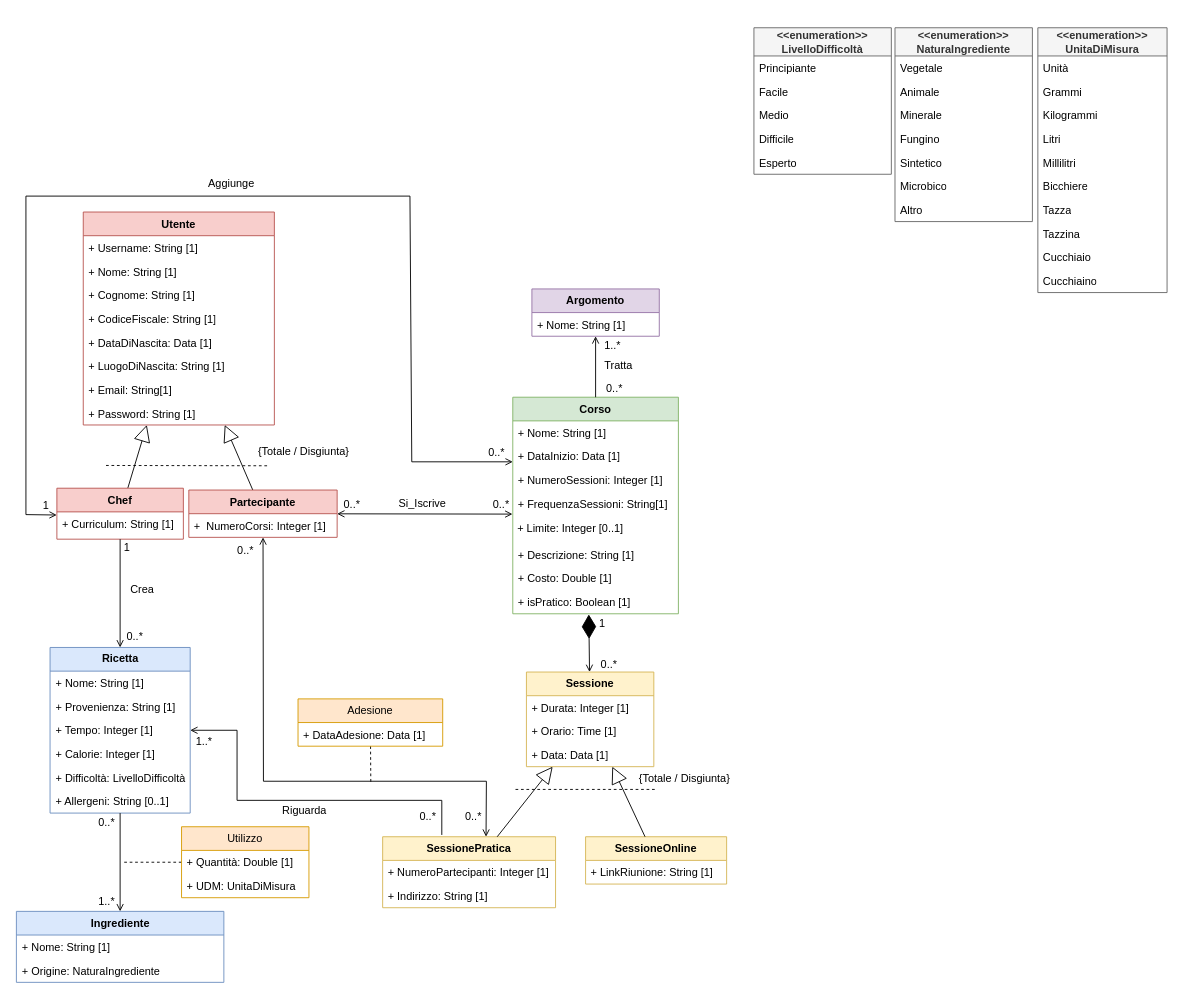
Before: page "Pagina-1" (1 of 2) of Object Orientation/UninaFoodLab_UML.drawio in KiyoWasTakenn/UninaFoodLab, a draw.io diagram. Source tidied: cells renumbered, new cells numbered last; positions are measured from the earlier drawing's top-left corner, leaving out a move shared by most shapes. Both pictures are drawn from the tidied source at 91%, with x=0, y=0 at pixel (15, 27).
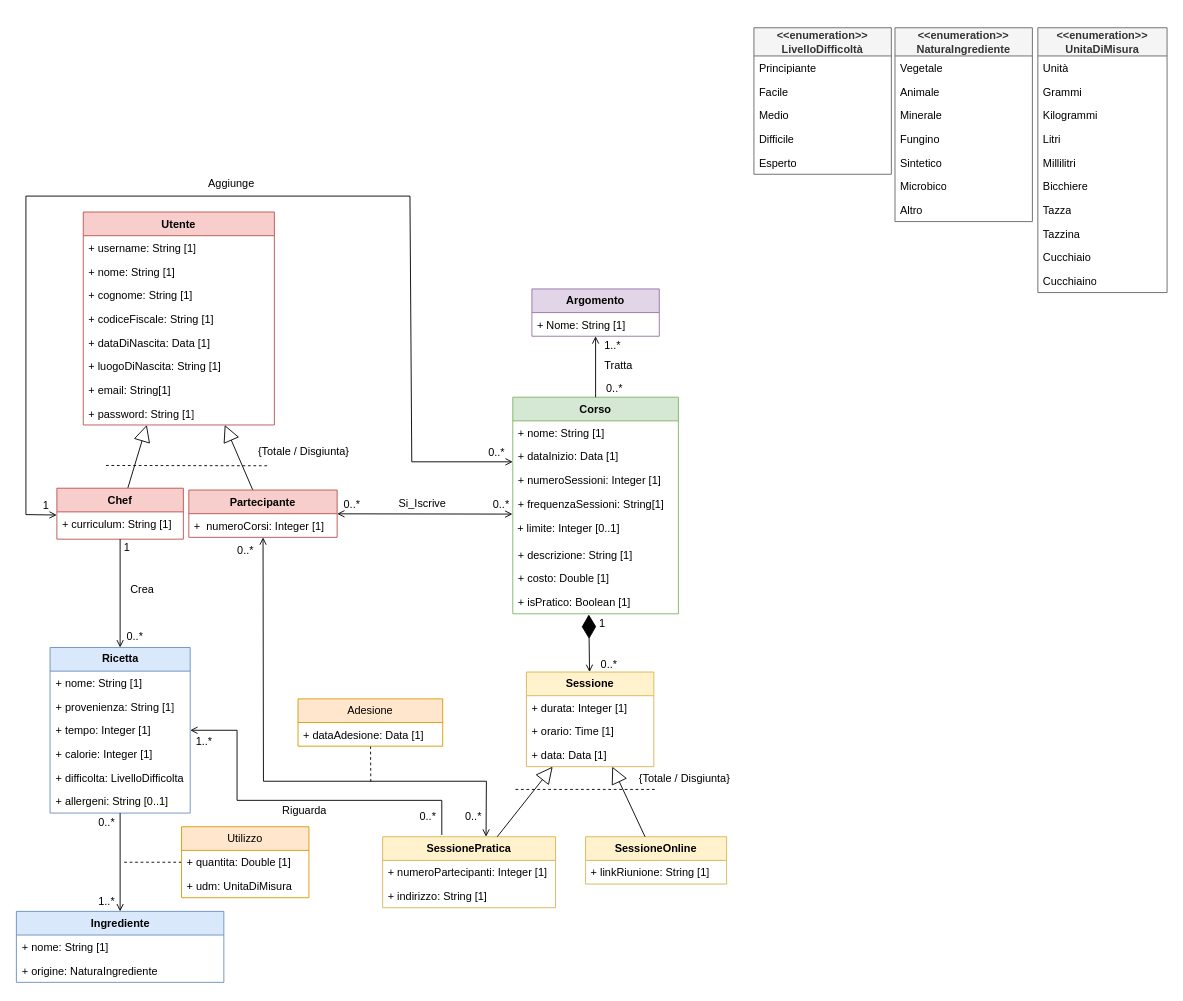
Above is the later version.

Unchanged cells that the change refers to:
```xml
<mxCell id="2" value="Utente" style="swimlane;fontStyle=1;align=center;verticalAlign=top;horizontal=1;startSize=26;whiteSpace=wrap;html=1;fillColor=#f8cecc;strokeColor=#b85450;" parent="1" vertex="1">
  <mxGeometry x="74" y="202.5" width="210" height="234" as="geometry" />
</mxCell>
<mxCell id="11" value="Corso" style="swimlane;fontStyle=1;align=center;verticalAlign=top;horizontal=1;startSize=26;whiteSpace=wrap;html=1;fillColor=#d5e8d4;strokeColor=#82b366;" parent="1" vertex="1">
  <mxGeometry x="546" y="406" width="182" height="238" as="geometry" />
</mxCell>
<mxCell id="22" value="&lt;b&gt;Sessione&lt;/b&gt;" style="swimlane;fontStyle=0;horizontal=1;startSize=26;whiteSpace=wrap;html=1;fillColor=#fff2cc;strokeColor=#d6b656;" parent="1" vertex="1">
  <mxGeometry x="561" y="708" width="140" height="104" as="geometry" />
</mxCell>
<mxCell id="26" value="&lt;b&gt;SessionePratica&lt;/b&gt;" style="swimlane;fontStyle=0;horizontal=1;startSize=26;whiteSpace=wrap;html=1;fillColor=#fff2cc;strokeColor=#d6b656;glass=0;rounded=0;shadow=0;swimlaneLine=1;gradientColor=none;" parent="1" vertex="1">
  <mxGeometry x="403" y="889" width="190" height="78" as="geometry" />
</mxCell>
<mxCell id="29" value="Ingrediente" style="swimlane;fontStyle=1;align=center;verticalAlign=top;horizontal=1;startSize=26;whiteSpace=wrap;html=1;fillColor=#dae8fc;strokeColor=#6c8ebf;" parent="1" vertex="1">
  <mxGeometry x="0.5" y="971" width="228" height="78" as="geometry" />
</mxCell>
<mxCell id="33" value="&lt;b&gt;Ricetta&lt;/b&gt;" style="swimlane;fontStyle=0;horizontal=1;startSize=26;whiteSpace=wrap;html=1;fillColor=#dae8fc;strokeColor=#6c8ebf;" parent="1" vertex="1">
  <mxGeometry x="37.5" y="681" width="154" height="182" as="geometry" />
</mxCell>
<mxCell id="41" value="Utilizzo" style="swimlane;fontStyle=0;horizontal=1;startSize=26;fillColor=#ffe6cc;whiteSpace=wrap;html=1;strokeColor=#d79b00;" parent="1" vertex="1">
  <mxGeometry x="182" y="878" width="140" height="78" as="geometry" />
</mxCell>
<mxCell id="44" value="&lt;b&gt;SessioneOnline&lt;/b&gt;" style="swimlane;fontStyle=0;horizontal=1;startSize=26;whiteSpace=wrap;html=1;fillColor=#fff2cc;strokeColor=#d6b656;" parent="1" vertex="1">
  <mxGeometry x="626" y="889" width="155" height="52" as="geometry" />
</mxCell>
<mxCell id="50" value="Partecipante" style="swimlane;fontStyle=1;align=center;verticalAlign=top;horizontal=1;startSize=26;whiteSpace=wrap;html=1;fillColor=#f8cecc;strokeColor=#b85450;" parent="1" vertex="1">
  <mxGeometry x="190" y="508" width="163" height="52" as="geometry" />
</mxCell>
<mxCell id="52" value="Chef" style="swimlane;fontStyle=1;align=center;verticalAlign=top;horizontal=1;startSize=26;whiteSpace=wrap;html=1;fillColor=#f8cecc;strokeColor=#b85450;" parent="1" vertex="1">
  <mxGeometry x="45" y="506" width="139" height="56" as="geometry" />
</mxCell>
<mxCell id="55" value="Adesione" style="swimlane;fontStyle=0;horizontal=1;startSize=26;fillColor=#ffe6cc;whiteSpace=wrap;html=1;strokeColor=#d79b00;" parent="1" vertex="1">
  <mxGeometry x="310" y="737.5" width="159" height="52" as="geometry" />
</mxCell>
```

Change to the diagram source:
```diff
@@
-    <mxCell id="3" value="+ Username: String [1]" style="text;strokeColor=none;fillColor=none;align=left;verticalAlign=top;spacingLeft=4;spacingRight=4;overflow=hidden;whiteSpace=wrap;html=1;" parent="2" vertex="1">
+    <mxCell id="3" value="+ username: String [1]" style="text;strokeColor=none;fillColor=none;align=left;verticalAlign=top;spacingLeft=4;spacingRight=4;overflow=hidden;whiteSpace=wrap;html=1;" parent="2" vertex="1">
       <mxGeometry y="26" width="210" height="26" as="geometry" />
     </mxCell>
-    <mxCell id="4" value="+ Nome: String [1]" style="text;strokeColor=none;fillColor=none;align=left;verticalAlign=top;spacingLeft=4;spacingRight=4;overflow=hidden;whiteSpace=wrap;html=1;" parent="2" vertex="1">
+    <mxCell id="4" value="+ nome: String [1]" style="text;strokeColor=none;fillColor=none;align=left;verticalAlign=top;spacingLeft=4;spacingRight=4;overflow=hidden;whiteSpace=wrap;html=1;" parent="2" vertex="1">
       <mxGeometry y="52" width="210" height="26" as="geometry" />
     </mxCell>
-    <mxCell id="5" value="+ Cognome: String [1]" style="text;strokeColor=none;fillColor=none;align=left;verticalAlign=top;spacingLeft=4;spacingRight=4;overflow=hidden;whiteSpace=wrap;html=1;" parent="2" vertex="1">
+    <mxCell id="5" value="+ cognome: String [1]" style="text;strokeColor=none;fillColor=none;align=left;verticalAlign=top;spacingLeft=4;spacingRight=4;overflow=hidden;whiteSpace=wrap;html=1;" parent="2" vertex="1">
       <mxGeometry y="78" width="210" height="26" as="geometry" />
     </mxCell>
-    <mxCell id="6" value="+ CodiceFiscale: String [1]" style="text;strokeColor=none;fillColor=none;align=left;verticalAlign=top;spacingLeft=4;spacingRight=4;overflow=hidden;whiteSpace=wrap;html=1;" parent="2" vertex="1">
+    <mxCell id="6" value="+ codiceFiscale: String [1]" style="text;strokeColor=none;fillColor=none;align=left;verticalAlign=top;spacingLeft=4;spacingRight=4;overflow=hidden;whiteSpace=wrap;html=1;" parent="2" vertex="1">
       <mxGeometry y="104" width="210" height="26" as="geometry" />
     </mxCell>
-    <mxCell id="7" value="+ DataDiNascita: Data [1]" style="text;strokeColor=none;fillColor=none;align=left;verticalAlign=top;spacingLeft=4;spacingRight=4;overflow=hidden;whiteSpace=wrap;html=1;" parent="2" vertex="1">
+    <mxCell id="7" value="+ dataDiNascita: Data [1]" style="text;strokeColor=none;fillColor=none;align=left;verticalAlign=top;spacingLeft=4;spacingRight=4;overflow=hidden;whiteSpace=wrap;html=1;" parent="2" vertex="1">
       <mxGeometry y="130" width="210" height="26" as="geometry" />
     </mxCell>
-    <mxCell id="8" value="+ LuogoDiNascita: String [1]" style="text;strokeColor=none;fillColor=none;align=left;verticalAlign=top;spacingLeft=4;spacingRight=4;overflow=hidden;whiteSpace=wrap;html=1;" parent="2" vertex="1">
+    <mxCell id="8" value="+ luogoDiNascita: String [1]" style="text;strokeColor=none;fillColor=none;align=left;verticalAlign=top;spacingLeft=4;spacingRight=4;overflow=hidden;whiteSpace=wrap;html=1;" parent="2" vertex="1">
       <mxGeometry y="156" width="210" height="26" as="geometry" />
     </mxCell>
-    <mxCell id="9" value="+ Email: String[1]" style="text;strokeColor=none;fillColor=none;align=left;verticalAlign=top;spacingLeft=4;spacingRight=4;overflow=hidden;whiteSpace=wrap;html=1;" parent="2" vertex="1">
+    <mxCell id="9" value="+ email: String[1]" style="text;strokeColor=none;fillColor=none;align=left;verticalAlign=top;spacingLeft=4;spacingRight=4;overflow=hidden;whiteSpace=wrap;html=1;" parent="2" vertex="1">
       <mxGeometry y="182" width="210" height="26" as="geometry" />
     </mxCell>
-    <mxCell id="10" value="+ Password: String [1]" style="text;strokeColor=none;fillColor=none;align=left;verticalAlign=top;spacingLeft=4;spacingRight=4;overflow=hidden;whiteSpace=wrap;html=1;" parent="2" vertex="1">
+    <mxCell id="10" value="+ password: String [1]" style="text;strokeColor=none;fillColor=none;align=left;verticalAlign=top;spacingLeft=4;spacingRight=4;overflow=hidden;whiteSpace=wrap;html=1;" parent="2" vertex="1">
       <mxGeometry y="208" width="210" height="26" as="geometry" />
     </mxCell>
@@
-    <mxCell id="12" value="+ Nome: String [1]" style="text;strokeColor=none;fillColor=none;align=left;verticalAlign=top;spacingLeft=4;spacingRight=4;overflow=hidden;whiteSpace=wrap;html=1;" parent="11" vertex="1">
+    <mxCell id="12" value="+ nome: String [1]" style="text;strokeColor=none;fillColor=none;align=left;verticalAlign=top;spacingLeft=4;spacingRight=4;overflow=hidden;whiteSpace=wrap;html=1;" parent="11" vertex="1">
       <mxGeometry y="26" width="182" height="26" as="geometry" />
     </mxCell>
-    <mxCell id="13" value="+ DataInizio: Data [1]" style="text;strokeColor=none;fillColor=none;align=left;verticalAlign=top;spacingLeft=4;spacingRight=4;overflow=hidden;whiteSpace=wrap;html=1;" parent="11" vertex="1">
+    <mxCell id="13" value="+ dataInizio: Data [1]" style="text;strokeColor=none;fillColor=none;align=left;verticalAlign=top;spacingLeft=4;spacingRight=4;overflow=hidden;whiteSpace=wrap;html=1;" parent="11" vertex="1">
       <mxGeometry y="52" width="182" height="26" as="geometry" />
     </mxCell>
-    <mxCell id="14" value="+ NumeroSessioni: Integer [1]" style="text;strokeColor=none;fillColor=none;align=left;verticalAlign=top;spacingLeft=4;spacingRight=4;overflow=hidden;whiteSpace=wrap;html=1;" parent="11" vertex="1">
+    <mxCell id="14" value="+ numeroSessioni: Integer [1]" style="text;strokeColor=none;fillColor=none;align=left;verticalAlign=top;spacingLeft=4;spacingRight=4;overflow=hidden;whiteSpace=wrap;html=1;" parent="11" vertex="1">
       <mxGeometry y="78" width="182" height="26" as="geometry" />
     </mxCell>
-    <mxCell id="15" value="+ FrequenzaSessioni: String[1]" style="text;strokeColor=none;fillColor=none;align=left;verticalAlign=top;spacingLeft=4;spacingRight=4;overflow=hidden;points=[[0,0.5],[1,0.5]];portConstraint=eastwest;whiteSpace=wrap;html=1;" parent="11" vertex="1">
+    <mxCell id="15" value="+ frequenzaSessioni: String[1]" style="text;strokeColor=none;fillColor=none;align=left;verticalAlign=top;spacingLeft=4;spacingRight=4;overflow=hidden;points=[[0,0.5],[1,0.5]];portConstraint=eastwest;whiteSpace=wrap;html=1;" parent="11" vertex="1">
       <mxGeometry y="104" width="182" height="26" as="geometry" />
     </mxCell>
-    <mxCell id="16" value="&amp;nbsp;+ Limite: Integer [0..1]" style="text;html=1;align=left;verticalAlign=middle;whiteSpace=wrap;rounded=0;" parent="11" vertex="1">
+    <mxCell id="16" value="&amp;nbsp;+ limite: Integer [0..1]" style="text;html=1;align=left;verticalAlign=middle;whiteSpace=wrap;rounded=0;" parent="11" vertex="1">
       <mxGeometry y="130" width="182" height="30" as="geometry" />
     </mxCell>
-    <mxCell id="17" value="+ Descrizione: String [1]" style="text;strokeColor=none;fillColor=none;align=left;verticalAlign=top;spacingLeft=4;spacingRight=4;overflow=hidden;whiteSpace=wrap;html=1;" parent="11" vertex="1">
+    <mxCell id="17" value="+ descrizione: String [1]" style="text;strokeColor=none;fillColor=none;align=left;verticalAlign=top;spacingLeft=4;spacingRight=4;overflow=hidden;whiteSpace=wrap;html=1;" parent="11" vertex="1">
       <mxGeometry y="160" width="182" height="26" as="geometry" />
     </mxCell>
-    <mxCell id="18" value="+ Costo: Double [1]" style="text;strokeColor=none;fillColor=none;align=left;verticalAlign=top;spacingLeft=4;spacingRight=4;overflow=hidden;whiteSpace=wrap;html=1;" parent="11" vertex="1">
+    <mxCell id="18" value="+ costo: Double [1]" style="text;strokeColor=none;fillColor=none;align=left;verticalAlign=top;spacingLeft=4;spacingRight=4;overflow=hidden;whiteSpace=wrap;html=1;" parent="11" vertex="1">
       <mxGeometry y="186" width="182" height="26" as="geometry" />
     </mxCell>
@@
-    <mxCell id="23" value="+ Durata: Integer [1]" style="text;strokeColor=none;fillColor=none;align=left;verticalAlign=top;spacingLeft=4;spacingRight=4;overflow=hidden;whiteSpace=wrap;html=1;" parent="22" vertex="1">
+    <mxCell id="23" value="+ durata: Integer [1]" style="text;strokeColor=none;fillColor=none;align=left;verticalAlign=top;spacingLeft=4;spacingRight=4;overflow=hidden;whiteSpace=wrap;html=1;" parent="22" vertex="1">
       <mxGeometry y="26" width="140" height="26" as="geometry" />
     </mxCell>
-    <mxCell id="24" value="+ Orario:&amp;nbsp;&lt;span class=&quot;router-outlet-wrapper ng-tns-c4274809755-0&quot;&gt;Time [1]&lt;/span&gt;" style="text;strokeColor=none;fillColor=none;align=left;verticalAlign=top;spacingLeft=4;spacingRight=4;overflow=hidden;whiteSpace=wrap;html=1;" parent="22" vertex="1">
+    <mxCell id="24" value="+ orario:&amp;nbsp;&lt;span class=&quot;router-outlet-wrapper ng-tns-c4274809755-0&quot;&gt;Time [1]&lt;/span&gt;" style="text;strokeColor=none;fillColor=none;align=left;verticalAlign=top;spacingLeft=4;spacingRight=4;overflow=hidden;whiteSpace=wrap;html=1;" parent="22" vertex="1">
       <mxGeometry y="52" width="140" height="26" as="geometry" />
     </mxCell>
-    <mxCell id="25" value="+ Data: Data [1]" style="text;strokeColor=none;fillColor=none;align=left;verticalAlign=top;spacingLeft=4;spacingRight=4;overflow=hidden;whiteSpace=wrap;html=1;" parent="22" vertex="1">
+    <mxCell id="25" value="+ data: Data [1]" style="text;strokeColor=none;fillColor=none;align=left;verticalAlign=top;spacingLeft=4;spacingRight=4;overflow=hidden;whiteSpace=wrap;html=1;" parent="22" vertex="1">
       <mxGeometry y="78" width="140" height="26" as="geometry" />
     </mxCell>
@@
-    <mxCell id="27" value="+ NumeroPartecipanti: Integer [1]" style="text;strokeColor=none;fillColor=none;align=left;verticalAlign=top;spacingLeft=4;spacingRight=4;overflow=hidden;whiteSpace=wrap;html=1;" parent="26" vertex="1">
+    <mxCell id="27" value="+ numeroPartecipanti: Integer [1]" style="text;strokeColor=none;fillColor=none;align=left;verticalAlign=top;spacingLeft=4;spacingRight=4;overflow=hidden;whiteSpace=wrap;html=1;" parent="26" vertex="1">
       <mxGeometry y="26" width="190" height="26" as="geometry" />
     </mxCell>
-    <mxCell id="28" value="+ Indirizzo: String [1]" style="text;strokeColor=none;fillColor=none;align=left;verticalAlign=top;spacingLeft=4;spacingRight=4;overflow=hidden;whiteSpace=wrap;html=1;" parent="26" vertex="1">
+    <mxCell id="28" value="+ indirizzo: String [1]" style="text;strokeColor=none;fillColor=none;align=left;verticalAlign=top;spacingLeft=4;spacingRight=4;overflow=hidden;whiteSpace=wrap;html=1;" parent="26" vertex="1">
       <mxGeometry y="52" width="190" height="26" as="geometry" />
     </mxCell>
@@
-    <mxCell id="30" value="+ Nome: String [1]" style="text;strokeColor=none;fillColor=none;align=left;verticalAlign=top;spacingLeft=4;spacingRight=4;overflow=hidden;whiteSpace=wrap;html=1;" parent="29" vertex="1">
+    <mxCell id="30" value="+ nome: String [1]" style="text;strokeColor=none;fillColor=none;align=left;verticalAlign=top;spacingLeft=4;spacingRight=4;overflow=hidden;whiteSpace=wrap;html=1;" parent="29" vertex="1">
       <mxGeometry y="26" width="228" height="26" as="geometry" />
     </mxCell>
-    <mxCell id="31" value="+ Origine: NaturaIngrediente" style="text;strokeColor=none;fillColor=none;align=left;verticalAlign=top;spacingLeft=4;spacingRight=4;overflow=hidden;whiteSpace=wrap;html=1;" parent="29" vertex="1">
+    <mxCell id="31" value="+ origine: NaturaIngrediente" style="text;strokeColor=none;fillColor=none;align=left;verticalAlign=top;spacingLeft=4;spacingRight=4;overflow=hidden;whiteSpace=wrap;html=1;" parent="29" vertex="1">
       <mxGeometry y="52" width="228" height="26" as="geometry" />
     </mxCell>
@@
-    <mxCell id="34" value="+ Nome: String [1]" style="text;strokeColor=none;fillColor=none;align=left;verticalAlign=top;spacingLeft=4;spacingRight=4;overflow=hidden;whiteSpace=wrap;html=1;" parent="33" vertex="1">
+    <mxCell id="34" value="+ nome: String [1]" style="text;strokeColor=none;fillColor=none;align=left;verticalAlign=top;spacingLeft=4;spacingRight=4;overflow=hidden;whiteSpace=wrap;html=1;" parent="33" vertex="1">
       <mxGeometry y="26" width="154" height="26" as="geometry" />
     </mxCell>
-    <mxCell id="35" value="+ Provenienza: String [1]" style="text;strokeColor=none;fillColor=none;align=left;verticalAlign=top;spacingLeft=4;spacingRight=4;overflow=hidden;whiteSpace=wrap;html=1;" parent="33" vertex="1">
+    <mxCell id="35" value="+ provenienza: String [1]" style="text;strokeColor=none;fillColor=none;align=left;verticalAlign=top;spacingLeft=4;spacingRight=4;overflow=hidden;whiteSpace=wrap;html=1;" parent="33" vertex="1">
       <mxGeometry y="52" width="154" height="26" as="geometry" />
     </mxCell>
-    <mxCell id="36" value="+ Tempo: Integer [1]" style="text;strokeColor=none;fillColor=none;align=left;verticalAlign=top;spacingLeft=4;spacingRight=4;overflow=hidden;whiteSpace=wrap;html=1;" parent="33" vertex="1">
+    <mxCell id="36" value="+ tempo: Integer [1]" style="text;strokeColor=none;fillColor=none;align=left;verticalAlign=top;spacingLeft=4;spacingRight=4;overflow=hidden;whiteSpace=wrap;html=1;" parent="33" vertex="1">
       <mxGeometry y="78" width="154" height="26" as="geometry" />
     </mxCell>
-    <mxCell id="37" value="+ Calorie: Integer [1]" style="text;strokeColor=none;fillColor=none;align=left;verticalAlign=top;spacingLeft=4;spacingRight=4;overflow=hidden;whiteSpace=wrap;html=1;" parent="33" vertex="1">
+    <mxCell id="37" value="+ calorie: Integer [1]" style="text;strokeColor=none;fillColor=none;align=left;verticalAlign=top;spacingLeft=4;spacingRight=4;overflow=hidden;whiteSpace=wrap;html=1;" parent="33" vertex="1">
       <mxGeometry y="104" width="154" height="26" as="geometry" />
     </mxCell>
-    <mxCell id="38" value="+ Difficoltà: LivelloDifficoltà" style="text;strokeColor=none;fillColor=none;align=left;verticalAlign=top;spacingLeft=4;spacingRight=4;overflow=hidden;whiteSpace=wrap;html=1;" parent="33" vertex="1">
+    <mxCell id="38" value="+ difficolta: LivelloDifficolta" style="text;strokeColor=none;fillColor=none;align=left;verticalAlign=top;spacingLeft=4;spacingRight=4;overflow=hidden;whiteSpace=wrap;html=1;" parent="33" vertex="1">
       <mxGeometry y="130" width="154" height="26" as="geometry" />
     </mxCell>
-    <mxCell id="39" value="+ Allergeni: String [0..1]" style="text;strokeColor=none;fillColor=none;align=left;verticalAlign=top;spacingLeft=4;spacingRight=4;overflow=hidden;whiteSpace=wrap;html=1;" parent="33" vertex="1">
+    <mxCell id="39" value="+ allergeni: String [0..1]" style="text;strokeColor=none;fillColor=none;align=left;verticalAlign=top;spacingLeft=4;spacingRight=4;overflow=hidden;whiteSpace=wrap;html=1;" parent="33" vertex="1">
       <mxGeometry y="156" width="154" height="26" as="geometry" />
     </mxCell>
@@
-    <mxCell id="42" value="+ Quantità: Double [1]" style="text;strokeColor=none;fillColor=none;align=left;verticalAlign=top;spacingLeft=4;spacingRight=4;overflow=hidden;whiteSpace=wrap;html=1;" parent="41" vertex="1">
+    <mxCell id="42" value="+ quantita: Double [1]" style="text;strokeColor=none;fillColor=none;align=left;verticalAlign=top;spacingLeft=4;spacingRight=4;overflow=hidden;whiteSpace=wrap;html=1;" parent="41" vertex="1">
       <mxGeometry y="26" width="140" height="26" as="geometry" />
     </mxCell>
-    <mxCell id="43" value="+ UDM: UnitaDiMisura" style="text;strokeColor=none;fillColor=none;align=left;verticalAlign=top;spacingLeft=4;spacingRight=4;overflow=hidden;whiteSpace=wrap;html=1;" parent="41" vertex="1">
+    <mxCell id="43" value="+ udm: UnitaDiMisura" style="text;strokeColor=none;fillColor=none;align=left;verticalAlign=top;spacingLeft=4;spacingRight=4;overflow=hidden;whiteSpace=wrap;html=1;" parent="41" vertex="1">
       <mxGeometry y="52" width="140" height="26" as="geometry" />
     </mxCell>
@@
-    <mxCell id="45" value="+ LinkRiunione: String [1]" style="text;strokeColor=none;fillColor=none;align=left;verticalAlign=top;spacingLeft=4;spacingRight=4;overflow=hidden;whiteSpace=wrap;html=1;" parent="44" vertex="1">
+    <mxCell id="45" value="+ linkRiunione: String [1]" style="text;strokeColor=none;fillColor=none;align=left;verticalAlign=top;spacingLeft=4;spacingRight=4;overflow=hidden;whiteSpace=wrap;html=1;" parent="44" vertex="1">
       <mxGeometry y="26" width="155" height="26" as="geometry" />
     </mxCell>
@@
-    <mxCell id="51" value="+&amp;nbsp; NumeroCorsi: Integer [1]" style="text;strokeColor=none;fillColor=none;align=left;verticalAlign=top;spacingLeft=4;spacingRight=4;overflow=hidden;whiteSpace=wrap;html=1;" parent="50" vertex="1">
+    <mxCell id="51" value="+&amp;nbsp; numeroCorsi: Integer [1]" style="text;strokeColor=none;fillColor=none;align=left;verticalAlign=top;spacingLeft=4;spacingRight=4;overflow=hidden;whiteSpace=wrap;html=1;" parent="50" vertex="1">
       <mxGeometry y="26" width="163" height="26" as="geometry" />
     </mxCell>
@@
-    <mxCell id="53" value="+ Curriculum: String [1]" style="text;strokeColor=none;fillColor=none;align=left;verticalAlign=top;spacingLeft=4;spacingRight=4;overflow=hidden;points=[[0,0.5],[1,0.5]];portConstraint=eastwest;whiteSpace=wrap;html=1;" parent="52" vertex="1">
+    <mxCell id="53" value="+ curriculum: String [1]" style="text;strokeColor=none;fillColor=none;align=left;verticalAlign=top;spacingLeft=4;spacingRight=4;overflow=hidden;points=[[0,0.5],[1,0.5]];portConstraint=eastwest;whiteSpace=wrap;html=1;" parent="52" vertex="1">
       <mxGeometry y="26" width="139" height="30" as="geometry" />
     </mxCell>
@@
-    <mxCell id="56" value="+ DataAdesione: Data [1]" style="text;strokeColor=none;fillColor=none;align=left;verticalAlign=top;spacingLeft=4;spacingRight=4;overflow=hidden;whiteSpace=wrap;html=1;" parent="55" vertex="1">
+    <mxCell id="56" value="+ dataAdesione: Data [1]" style="text;strokeColor=none;fillColor=none;align=left;verticalAlign=top;spacingLeft=4;spacingRight=4;overflow=hidden;whiteSpace=wrap;html=1;" parent="55" vertex="1">
       <mxGeometry y="26" width="159" height="26" as="geometry" />
     </mxCell>
```
